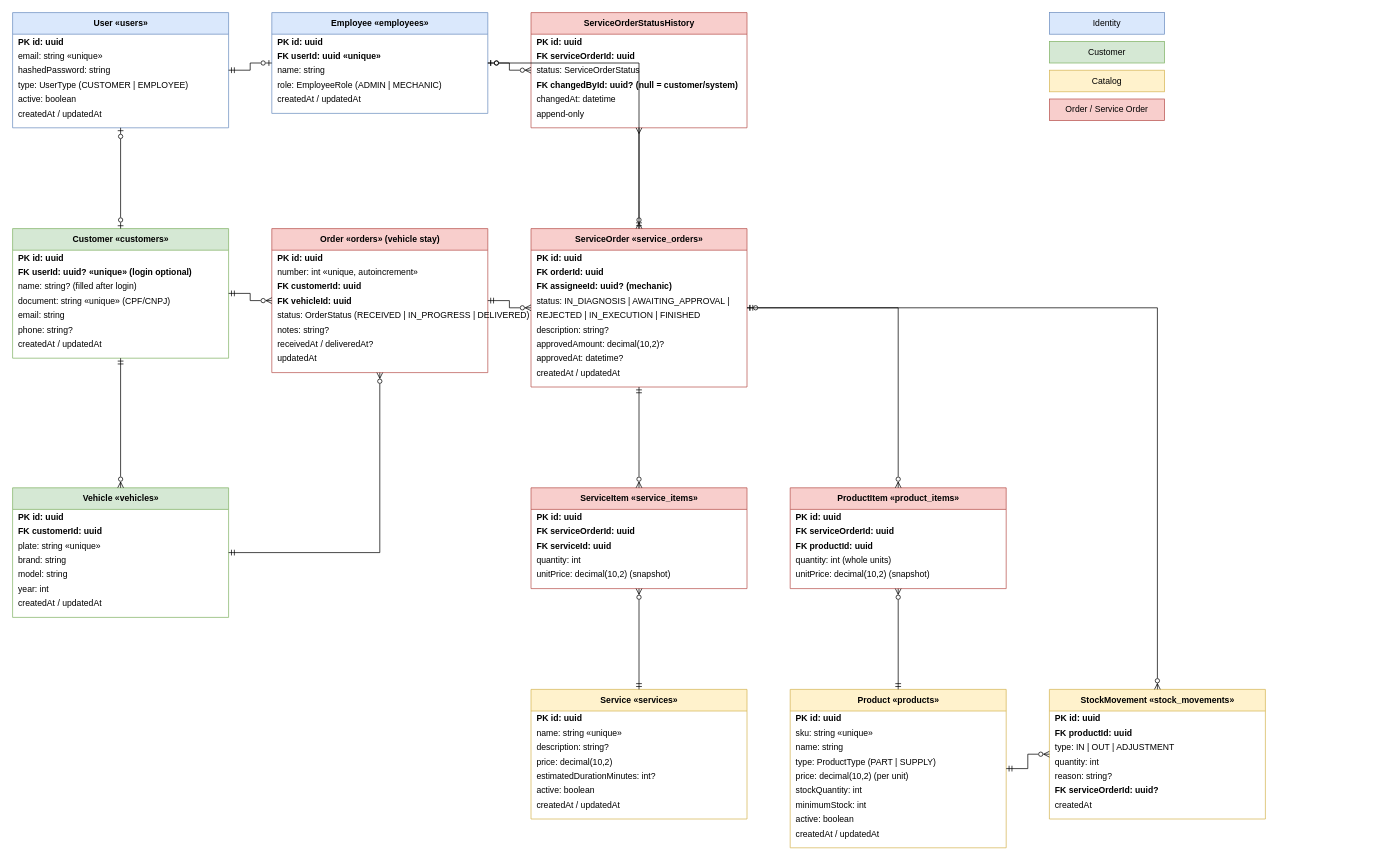
Before: docs/diagrams/database.drawio in 18-SOAT/Tech.Challenge.API, a draw.io diagram. Source tidied: cells renumbered, new cells numbered last; positions are measured from the earlier drawing's top-left corner, leaving out a move shared by most shapes. Both pictures are drawn from the tidied source at 72%, with x=0, y=0 at pixel (12, 12).
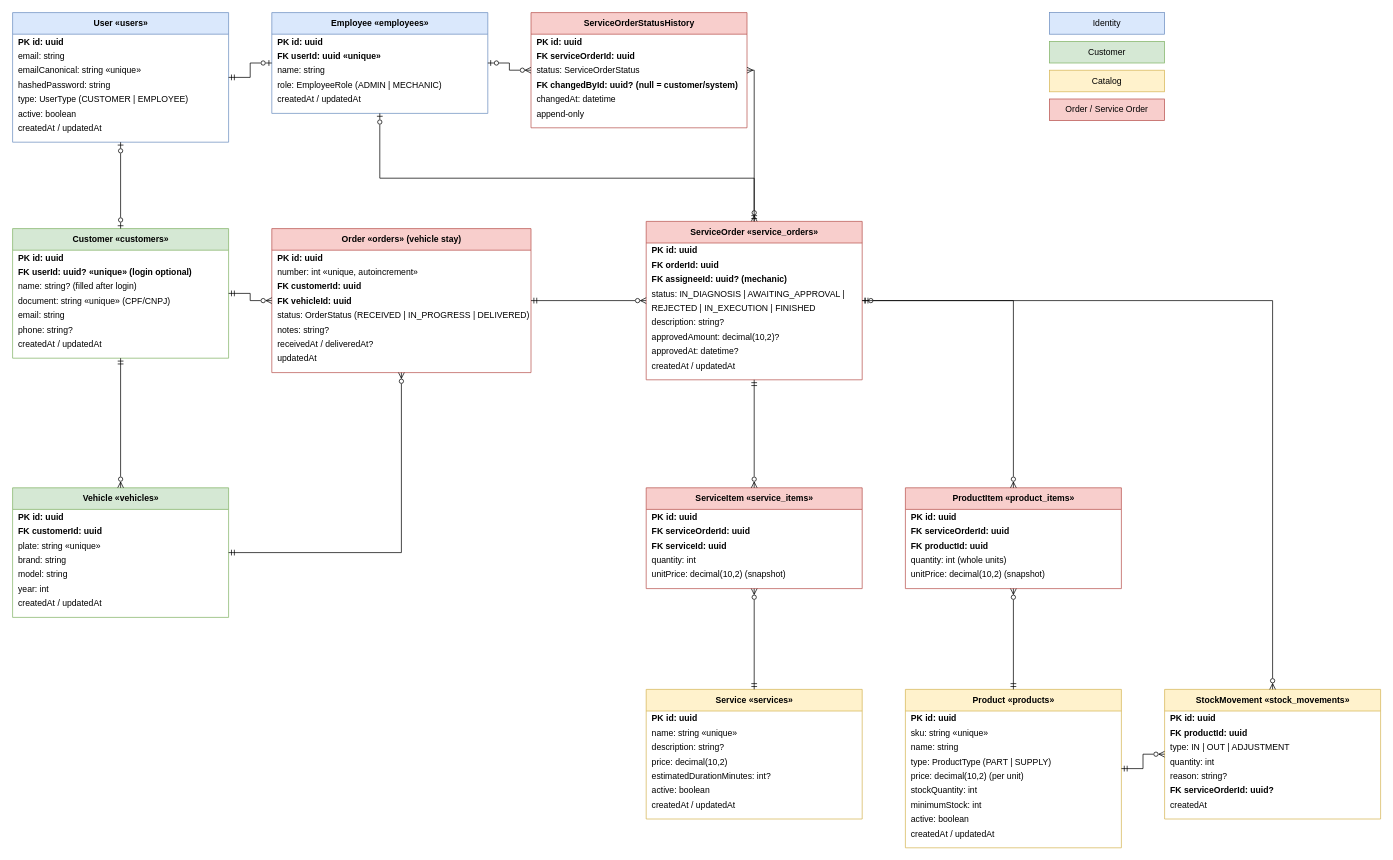
After the change.

Unchanged cells that the change refers to:
```xml
<mxCell id="9" value="Employee  «employees»" style="swimlane;fontStyle=1;horizontal=1;startSize=30;fillColor=#dae8fc;strokeColor=#6c8ebf;html=1;" parent="1" vertex="1">
  <mxGeometry x="360" width="300" height="140" as="geometry" />
</mxCell>
<mxCell id="15" value="ServiceOrderStatusHistory" style="swimlane;fontStyle=1;horizontal=1;startSize=30;fillColor=#f8cecc;strokeColor=#b85450;html=1;" parent="1" vertex="1">
  <mxGeometry x="720" width="300" height="160" as="geometry" />
</mxCell>
```

What changed in the source:
```diff
@@
     <mxCell id="2" value="User  «users»" style="swimlane;fontStyle=1;horizontal=1;startSize=30;fillColor=#dae8fc;strokeColor=#6c8ebf;html=1;" parent="1" vertex="1">
-      <mxGeometry width="300" height="160" as="geometry" />
+      <mxGeometry width="300" height="180" as="geometry" />
     </mxCell>
@@
-    <mxCell id="4" value="email: string «unique»" style="text;strokeColor=none;fillColor=none;align=left;verticalAlign=middle;spacingLeft=6;html=0;" parent="2" vertex="1">
+    <mxCell id="4" value="email: string" style="text;strokeColor=none;fillColor=none;align=left;verticalAlign=middle;spacingLeft=6;html=0;" parent="2" vertex="1">
       <mxGeometry y="50" width="300" height="20" as="geometry" />
     </mxCell>
+    <mxCell id="114" value="emailCanonical: string «unique»" style="text;strokeColor=none;fillColor=none;align=left;verticalAlign=middle;spacingLeft=6;html=0;" parent="2" vertex="1">
+      <mxGeometry y="70" width="300" height="20" as="geometry" />
+    </mxCell>
     <mxCell id="5" value="hashedPassword: string" style="text;strokeColor=none;fillColor=none;align=left;verticalAlign=middle;spacingLeft=6;html=0;" parent="2" vertex="1">
-      <mxGeometry y="70" width="300" height="20" as="geometry" />
+      <mxGeometry y="90" width="300" height="20" as="geometry" />
     </mxCell>
     <mxCell id="6" value="type: UserType (CUSTOMER | EMPLOYEE)" style="text;strokeColor=none;fillColor=none;align=left;verticalAlign=middle;spacingLeft=6;html=0;" parent="2" vertex="1">
-      <mxGeometry y="90" width="300" height="20" as="geometry" />
+      <mxGeometry y="110" width="300" height="20" as="geometry" />
     </mxCell>
     <mxCell id="7" value="active: boolean" style="text;strokeColor=none;fillColor=none;align=left;verticalAlign=middle;spacingLeft=6;html=0;" parent="2" vertex="1">
-      <mxGeometry y="110" width="300" height="20" as="geometry" />
+      <mxGeometry y="130" width="300" height="20" as="geometry" />
     </mxCell>
     <mxCell id="8" value="createdAt / updatedAt" style="text;strokeColor=none;fillColor=none;align=left;verticalAlign=middle;spacingLeft=6;html=0;" parent="2" vertex="1">
-      <mxGeometry y="130" width="300" height="20" as="geometry" />
+      <mxGeometry y="150" width="300" height="20" as="geometry" />
     </mxCell>
@@
     <mxCell id="30" value="Order  «orders» (vehicle stay)" style="swimlane;fontStyle=1;horizontal=1;startSize=30;fillColor=#f8cecc;strokeColor=#b85450;html=1;" parent="1" vertex="1">
-      <mxGeometry x="360" y="300" width="300" height="200" as="geometry" />
+      <mxGeometry x="360" y="300" width="360" height="200" as="geometry" />
     </mxCell>
     <mxCell id="31" value="PK id: uuid" style="text;strokeColor=none;fillColor=none;align=left;verticalAlign=middle;spacingLeft=6;fontStyle=1;html=0;" parent="30" vertex="1">
-      <mxGeometry y="30" width="300" height="20" as="geometry" />
+      <mxGeometry y="30" width="360" height="20" as="geometry" />
     </mxCell>
     <mxCell id="32" value="number: int «unique, autoincrement»" style="text;strokeColor=none;fillColor=none;align=left;verticalAlign=middle;spacingLeft=6;html=0;" parent="30" vertex="1">
-      <mxGeometry y="50" width="300" height="20" as="geometry" />
+      <mxGeometry y="50" width="360" height="20" as="geometry" />
     </mxCell>
     <mxCell id="33" value="FK customerId: uuid" style="text;strokeColor=none;fillColor=none;align=left;verticalAlign=middle;spacingLeft=6;fontStyle=1;html=0;" parent="30" vertex="1">
-      <mxGeometry y="70" width="300" height="20" as="geometry" />
+      <mxGeometry y="70" width="360" height="20" as="geometry" />
     </mxCell>
     <mxCell id="34" value="FK vehicleId: uuid" style="text;strokeColor=none;fillColor=none;align=left;verticalAlign=middle;spacingLeft=6;fontStyle=1;html=0;" parent="30" vertex="1">
-      <mxGeometry y="90" width="300" height="20" as="geometry" />
+      <mxGeometry y="90" width="360" height="20" as="geometry" />
     </mxCell>
     <mxCell id="35" value="status: OrderStatus (RECEIVED | IN_PROGRESS | DELIVERED)" style="text;strokeColor=none;fillColor=none;align=left;verticalAlign=middle;spacingLeft=6;html=0;" parent="30" vertex="1">
-      <mxGeometry y="110" width="300" height="20" as="geometry" />
+      <mxGeometry y="110" width="360" height="20" as="geometry" />
     </mxCell>
     <mxCell id="36" value="notes: string?" style="text;strokeColor=none;fillColor=none;align=left;verticalAlign=middle;spacingLeft=6;html=0;" parent="30" vertex="1">
-      <mxGeometry y="130" width="300" height="20" as="geometry" />
+      <mxGeometry y="130" width="360" height="20" as="geometry" />
     </mxCell>
     <mxCell id="37" value="receivedAt / deliveredAt?" style="text;strokeColor=none;fillColor=none;align=left;verticalAlign=middle;spacingLeft=6;html=0;" parent="30" vertex="1">
-      <mxGeometry y="150" width="300" height="20" as="geometry" />
+      <mxGeometry y="150" width="360" height="20" as="geometry" />
     </mxCell>
     <mxCell id="38" value="updatedAt" style="text;strokeColor=none;fillColor=none;align=left;verticalAlign=middle;spacingLeft=6;html=0;" parent="30" vertex="1">
-      <mxGeometry y="170" width="300" height="20" as="geometry" />
+      <mxGeometry y="170" width="360" height="20" as="geometry" />
     </mxCell>
     <mxCell id="39" value="ServiceOrder  «service_orders»" style="swimlane;fontStyle=1;horizontal=1;startSize=30;fillColor=#f8cecc;strokeColor=#b85450;html=1;" parent="1" vertex="1">
-      <mxGeometry x="720" y="300" width="300" height="220" as="geometry" />
+      <mxGeometry x="880" y="290" width="300" height="220" as="geometry" />
     </mxCell>
@@
     <mxCell id="57" value="ServiceItem  «service_items»" style="swimlane;fontStyle=1;horizontal=1;startSize=30;fillColor=#f8cecc;strokeColor=#b85450;html=1;" parent="1" vertex="1">
-      <mxGeometry x="720" y="660" width="300" height="140" as="geometry" />
+      <mxGeometry x="880" y="660" width="300" height="140" as="geometry" />
     </mxCell>
@@
     <mxCell id="63" value="ProductItem  «product_items»" style="swimlane;fontStyle=1;horizontal=1;startSize=30;fillColor=#f8cecc;strokeColor=#b85450;html=1;" parent="1" vertex="1">
-      <mxGeometry x="1080" y="660" width="300" height="140" as="geometry" />
+      <mxGeometry x="1240" y="660" width="300" height="140" as="geometry" />
     </mxCell>
@@
     <mxCell id="69" value="Service  «services»" style="swimlane;fontStyle=1;horizontal=1;startSize=30;fillColor=#fff2cc;strokeColor=#d6b656;html=1;" parent="1" vertex="1">
-      <mxGeometry x="720" y="940" width="300" height="180" as="geometry" />
+      <mxGeometry x="880" y="940" width="300" height="180" as="geometry" />
     </mxCell>
@@
     <mxCell id="77" value="Product  «products»" style="swimlane;fontStyle=1;horizontal=1;startSize=30;fillColor=#fff2cc;strokeColor=#d6b656;html=1;" parent="1" vertex="1">
-      <mxGeometry x="1080" y="940" width="300" height="220" as="geometry" />
+      <mxGeometry x="1240" y="940" width="300" height="220" as="geometry" />
     </mxCell>
@@
     <mxCell id="87" value="StockMovement  «stock_movements»" style="swimlane;fontStyle=1;horizontal=1;startSize=30;fillColor=#fff2cc;strokeColor=#d6b656;html=1;" parent="1" vertex="1">
-      <mxGeometry x="1440" y="940" width="300" height="180" as="geometry" />
+      <mxGeometry x="1600" y="940" width="300" height="180" as="geometry" />
     </mxCell>
@@
     <mxCell id="101" style="edgeStyle=orthogonalEdgeStyle;rounded=0;html=1;startArrow=ERzeroToOne;endArrow=ERzeroToMany;startFill=0;endFill=0;" parent="1" edge="1" source="9" target="39">
-      <mxGeometry relative="1" as="geometry" />
+      <mxGeometry relative="1" as="geometry">
+        <Array as="points">
+          <mxPoint x="510" y="230" />
+          <mxPoint x="1030" y="230" />
+        </Array>
+      </mxGeometry>
     </mxCell>
     <mxCell id="102" style="edgeStyle=orthogonalEdgeStyle;rounded=0;html=1;startArrow=ERmandOne;endArrow=ERmany;startFill=0;endFill=0;" parent="1" edge="1" source="39" target="15">
-      <mxGeometry relative="1" as="geometry" />
+      <mxGeometry relative="1" as="geometry">
+        <Array as="points">
+          <mxPoint x="1030" y="80" />
+        </Array>
+      </mxGeometry>
     </mxCell>
```
